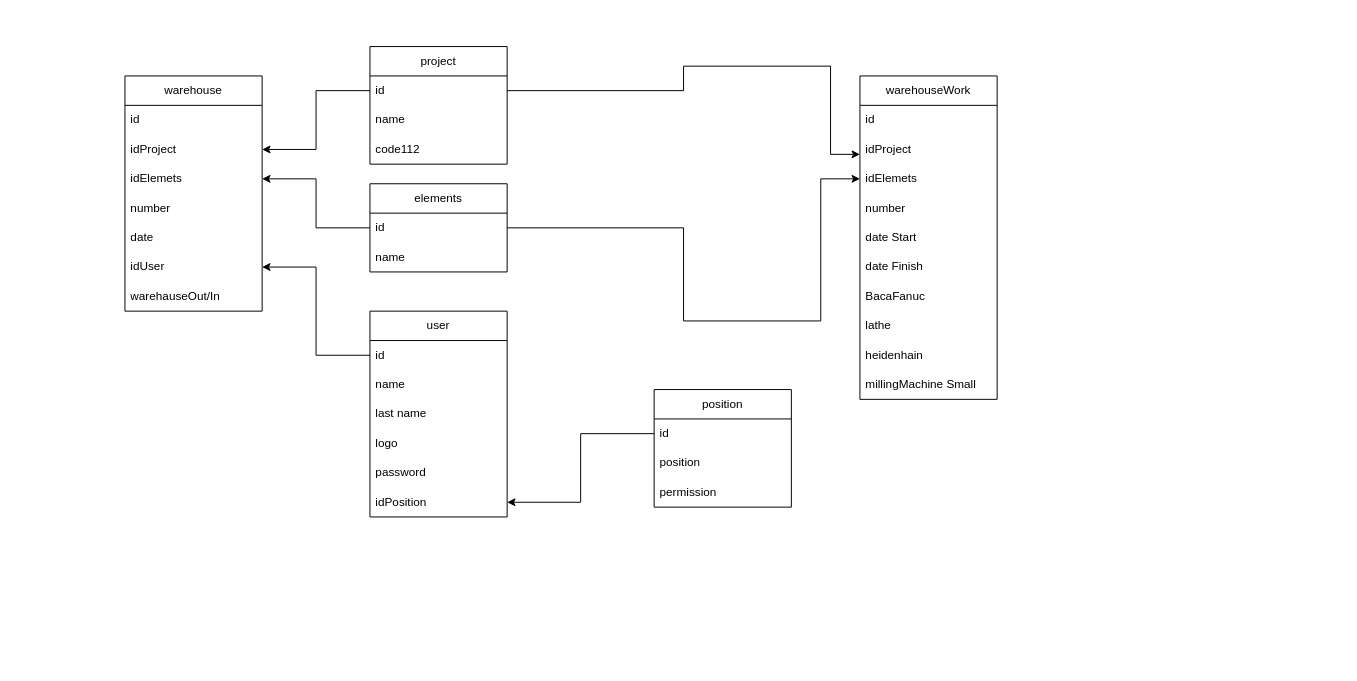
The draw.io diagram diagram.drawio in tsimar/warehouse, before the edit. Source tidied: cells renumbered, new cells numbered last; positions are measured from the earlier drawing's top-left corner, leaving out a move shared by most shapes. Both pictures are drawn from the tidied source at 98%, with x=0, y=0 at pixel (124, 46).
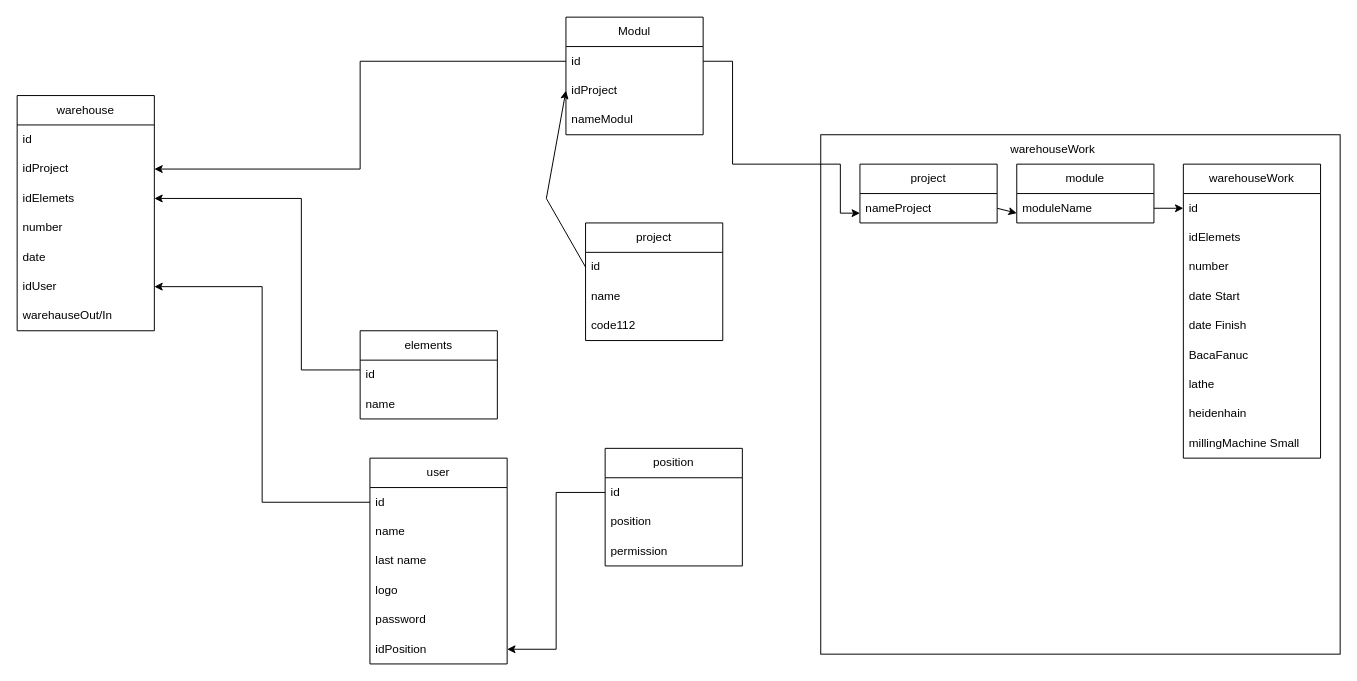
After the change.

Unchanged cells that the change refers to:
```xml
<mxCell id="10" value="id" style="text;strokeColor=none;fillColor=none;align=left;verticalAlign=middle;spacingLeft=4;spacingRight=4;overflow=hidden;points=[[0,0.5],[1,0.5]];portConstraint=eastwest;whiteSpace=wrap;html=1;" parent="9" vertex="1">
  <mxGeometry y="30" width="140" height="30" as="geometry" />
</mxCell>
<mxCell id="17" value="id" style="text;strokeColor=none;fillColor=none;align=left;verticalAlign=middle;spacingLeft=4;spacingRight=4;overflow=hidden;points=[[0,0.5],[1,0.5]];portConstraint=eastwest;whiteSpace=wrap;html=1;" parent="16" vertex="1">
  <mxGeometry y="30" width="140" height="30" as="geometry" />
</mxCell>
<mxCell id="22" value="idProject" style="text;strokeColor=none;fillColor=none;align=left;verticalAlign=middle;spacingLeft=4;spacingRight=4;overflow=hidden;points=[[0,0.5],[1,0.5]];portConstraint=eastwest;whiteSpace=wrap;html=1;" parent="20" vertex="1">
  <mxGeometry y="60" width="140" height="30" as="geometry" />
</mxCell>
<mxCell id="23" value="idElemets" style="text;strokeColor=none;fillColor=none;align=left;verticalAlign=middle;spacingLeft=4;spacingRight=4;overflow=hidden;points=[[0,0.5],[1,0.5]];portConstraint=eastwest;whiteSpace=wrap;html=1;" parent="20" vertex="1">
  <mxGeometry y="90" width="140" height="30" as="geometry" />
</mxCell>
```

What changed in the source:
```diff
@@
+    <mxCell id="45" style="whiteSpace=wrap;html=1;" parent="1" vertex="1">
+      <mxGeometry x="710" y="90" width="530" height="530" as="geometry" />
+    </mxCell>
     <mxCell id="2" value="user" style="swimlane;fontStyle=0;horizontal=1;startSize=30;whiteSpace=wrap;html=1;" parent="1" vertex="1">
-      <mxGeometry x="250" y="270" width="140" height="210" as="geometry" />
+      <mxGeometry x="250" y="420" width="140" height="210" as="geometry" />
     </mxCell>
@@
     <mxCell id="9" value="elements" style="swimlane;fontStyle=0;horizontal=1;startSize=30;whiteSpace=wrap;html=1;" parent="1" vertex="1">
-      <mxGeometry x="250" y="140" width="140" height="90" as="geometry" />
+      <mxGeometry x="240" y="290" width="140" height="90" as="geometry" />
     </mxCell>
@@
     <mxCell id="12" value="position" style="swimlane;fontStyle=0;horizontal=1;startSize=30;whiteSpace=wrap;html=1;" parent="1" vertex="1">
-      <mxGeometry x="540" y="350" width="140" height="120" as="geometry" />
+      <mxGeometry x="490" y="410" width="140" height="120" as="geometry" />
     </mxCell>
@@
     <mxCell id="16" value="project" style="swimlane;fontStyle=0;horizontal=1;startSize=30;whiteSpace=wrap;html=1;" parent="1" vertex="1">
-      <mxGeometry x="250" width="140" height="120" as="geometry" />
+      <mxGeometry x="470" y="180" width="140" height="120" as="geometry" />
     </mxCell>
@@
     <mxCell id="20" value="warehouse" style="swimlane;fontStyle=0;horizontal=1;startSize=30;whiteSpace=wrap;html=1;" parent="1" vertex="1">
-      <mxGeometry y="30" width="140" height="240" as="geometry" />
+      <mxGeometry x="-110" y="50" width="140" height="240" as="geometry" />
     </mxCell>
@@
     <mxCell id="28" style="edgeStyle=orthogonalEdgeStyle;rounded=0;jettySize=auto;html=1;" parent="1" edge="1" source="10" target="23">
-      <mxGeometry relative="1" as="geometry" />
+      <mxGeometry relative="1" as="geometry">
+        <Array as="points">
+          <mxPoint x="180" y="330" />
+          <mxPoint x="180" y="155" />
+        </Array>
+      </mxGeometry>
     </mxCell>
@@
-    <mxCell id="30" style="edgeStyle=orthogonalEdgeStyle;rounded=0;jettySize=auto;html=1;" parent="1" edge="1" source="17" target="22">
+    <mxCell id="30" style="edgeStyle=orthogonalEdgeStyle;rounded=0;jettySize=auto;html=1;exitX=0;exitY=0.5;exitDx=0;exitDy=0;" parent="1" edge="1" source="48" target="22">
       <mxGeometry relative="1" as="geometry" />
     </mxCell>
@@
-    <mxCell id="32" value="warehouseWork" style="swimlane;fontStyle=0;horizontal=1;startSize=30;whiteSpace=wrap;html=1;" parent="1" vertex="1">
-      <mxGeometry x="750" y="30" width="140" height="330" as="geometry" />
+    <mxCell id="32" value="project" style="swimlane;fontStyle=0;horizontal=1;startSize=30;whiteSpace=wrap;html=1;" parent="1" vertex="1">
+      <mxGeometry x="750" y="120" width="140" height="60" as="geometry" />
     </mxCell>
-    <mxCell id="33" value="id" style="text;strokeColor=none;fillColor=none;align=left;verticalAlign=middle;spacingLeft=4;spacingRight=4;overflow=hidden;whiteSpace=wrap;html=1;" parent="32" vertex="1">
-      <mxGeometry y="30" width="140" height="30" as="geometry" />
-    </mxCell>
+    <mxCell id="46" value="nameProject" style="text;strokeColor=none;fillColor=none;align=left;verticalAlign=middle;spacingLeft=4;spacingRight=4;overflow=hidden;points=[[0,0.5],[1,0.5]];portConstraint=eastwest;whiteSpace=wrap;html=1;" parent="32" vertex="1">
+      <mxGeometry y="30" width="140" height="30" as="geometry" />
+    </mxCell>
+    <mxCell id="43" style="edgeStyle=orthogonalEdgeStyle;rounded=0;jettySize=auto;html=1;exitX=1;exitY=0.5;exitDx=0;exitDy=0;" parent="1" edge="1" source="48" target="46">
+      <mxGeometry relative="1" as="geometry">
+        <Array as="points">
+          <mxPoint x="620" y="15" />
+          <mxPoint x="620" y="120" />
+          <mxPoint x="730" y="120" />
+          <mxPoint x="730" y="170" />
+        </Array>
+      </mxGeometry>
+    </mxCell>
+    <mxCell id="47" value="Modul" style="swimlane;fontStyle=0;horizontal=1;startSize=30;whiteSpace=wrap;html=1;" parent="1" vertex="1">
+      <mxGeometry x="450" y="-30" width="140" height="120" as="geometry" />
+    </mxCell>
+    <mxCell id="48" value="id" style="text;strokeColor=none;fillColor=none;align=left;verticalAlign=middle;spacingLeft=4;spacingRight=4;overflow=hidden;points=[[0,0.5],[1,0.5]];portConstraint=eastwest;whiteSpace=wrap;html=1;" parent="47" vertex="1">
+      <mxGeometry y="30" width="140" height="30" as="geometry" />
+    </mxCell>
-    <mxCell id="34" value="idProject" style="text;strokeColor=none;fillColor=none;align=left;verticalAlign=middle;spacingLeft=4;spacingRight=4;overflow=hidden;points=[[0,0.5],[1,0.5]];portConstraint=eastwest;whiteSpace=wrap;html=1;" parent="32" vertex="1">
+    <mxCell id="34" value="idProject" style="text;strokeColor=none;fillColor=none;align=left;verticalAlign=middle;spacingLeft=4;spacingRight=4;overflow=hidden;points=[[0,0.5],[1,0.5]];portConstraint=eastwest;whiteSpace=wrap;html=1;" parent="47" vertex="1">
       <mxGeometry y="60" width="140" height="30" as="geometry" />
     </mxCell>
+    <mxCell id="49" value="nameModul" style="text;strokeColor=none;fillColor=none;align=left;verticalAlign=middle;spacingLeft=4;spacingRight=4;overflow=hidden;whiteSpace=wrap;html=1;" parent="47" vertex="1">
+      <mxGeometry y="90" width="140" height="30" as="geometry" />
+    </mxCell>
+    <mxCell id="50" style="endArrow=classic;html=1;rounded=0;entryX=0;entryY=0.5;entryDx=0;entryDy=0;exitX=0;exitY=0.5;exitDx=0;exitDy=0;" parent="1" edge="1" source="17" target="34">
+      <mxGeometry relative="1" as="geometry">
+        <Array as="points">
+          <mxPoint x="430" y="155" />
+        </Array>
+      </mxGeometry>
+    </mxCell>
+    <mxCell id="51" value="warehouseWork" style="text;html=1;strokeColor=none;fillColor=none;align=center;verticalAlign=middle;whiteSpace=wrap;rounded=0;" parent="1" vertex="1">
+      <mxGeometry x="917" y="90" width="60" height="30" as="geometry" />
+    </mxCell>
+    <mxCell id="52" value="module" style="swimlane;fontStyle=0;horizontal=1;startSize=30;whiteSpace=wrap;html=1;" parent="1" vertex="1">
+      <mxGeometry x="910" y="120" width="140" height="60" as="geometry" />
+    </mxCell>
+    <mxCell id="53" value="moduleName" style="text;strokeColor=none;fillColor=none;align=left;verticalAlign=middle;spacingLeft=4;spacingRight=4;overflow=hidden;points=[[0,0.5],[1,0.5]];portConstraint=eastwest;whiteSpace=wrap;html=1;" parent="52" vertex="1">
+      <mxGeometry y="30" width="140" height="30" as="geometry" />
+    </mxCell>
+    <mxCell id="54" value="warehouseWork" style="swimlane;fontStyle=0;horizontal=1;startSize=30;whiteSpace=wrap;html=1;" parent="1" vertex="1">
+      <mxGeometry x="1080" y="120" width="140" height="300" as="geometry" />
+    </mxCell>
+    <mxCell id="55" value="id" style="text;strokeColor=none;fillColor=none;align=left;verticalAlign=middle;spacingLeft=4;spacingRight=4;overflow=hidden;points=[[0,0.5],[1,0.5]];portConstraint=eastwest;whiteSpace=wrap;html=1;" parent="54" vertex="1">
+      <mxGeometry y="30" width="140" height="30" as="geometry" />
+    </mxCell>
-    <mxCell id="35" value="idElemets" style="text;strokeColor=none;fillColor=none;align=left;verticalAlign=middle;spacingLeft=4;spacingRight=4;overflow=hidden;points=[[0,0.5],[1,0.5]];portConstraint=eastwest;whiteSpace=wrap;html=1;" parent="32" vertex="1">
-      <mxGeometry y="90" width="140" height="30" as="geometry" />
+    <mxCell id="35" value="idElemets" style="text;strokeColor=none;fillColor=none;align=left;verticalAlign=middle;spacingLeft=4;spacingRight=4;overflow=hidden;points=[[0,0.5],[1,0.5]];portConstraint=eastwest;whiteSpace=wrap;html=1;" parent="54" vertex="1">
+      <mxGeometry y="60" width="140" height="30" as="geometry" />
     </mxCell>
-    <mxCell id="36" value="number" style="text;strokeColor=none;fillColor=none;align=left;verticalAlign=middle;spacingLeft=4;spacingRight=4;overflow=hidden;whiteSpace=wrap;html=1;" parent="32" vertex="1">
-      <mxGeometry y="120" width="140" height="30" as="geometry" />
+    <mxCell id="36" value="number" style="text;strokeColor=none;fillColor=none;align=left;verticalAlign=middle;spacingLeft=4;spacingRight=4;overflow=hidden;whiteSpace=wrap;html=1;" parent="54" vertex="1">
+      <mxGeometry y="90" width="140" height="30" as="geometry" />
     </mxCell>
-    <mxCell id="37" value="date Start" style="text;strokeColor=none;fillColor=none;align=left;verticalAlign=middle;spacingLeft=4;spacingRight=4;overflow=hidden;whiteSpace=wrap;html=1;" parent="32" vertex="1">
-      <mxGeometry y="150" width="140" height="30" as="geometry" />
+    <mxCell id="37" value="date Start" style="text;strokeColor=none;fillColor=none;align=left;verticalAlign=middle;spacingLeft=4;spacingRight=4;overflow=hidden;whiteSpace=wrap;html=1;" parent="54" vertex="1">
+      <mxGeometry y="120" width="140" height="30" as="geometry" />
     </mxCell>
-    <mxCell id="38" value="date Finish" style="text;strokeColor=none;fillColor=none;align=left;verticalAlign=middle;spacingLeft=4;spacingRight=4;overflow=hidden;whiteSpace=wrap;html=1;" parent="32" vertex="1">
-      <mxGeometry y="180" width="140" height="30" as="geometry" />
+    <mxCell id="38" value="date Finish" style="text;strokeColor=none;fillColor=none;align=left;verticalAlign=middle;spacingLeft=4;spacingRight=4;overflow=hidden;whiteSpace=wrap;html=1;" parent="54" vertex="1">
+      <mxGeometry y="150" width="140" height="30" as="geometry" />
     </mxCell>
-    <mxCell id="39" value="BacaFanuc" style="text;strokeColor=none;fillColor=none;align=left;verticalAlign=middle;spacingLeft=4;spacingRight=4;overflow=hidden;whiteSpace=wrap;html=1;" parent="32" vertex="1">
-      <mxGeometry y="210" width="140" height="30" as="geometry" />
+    <mxCell id="39" value="BacaFanuc" style="text;strokeColor=none;fillColor=none;align=left;verticalAlign=middle;spacingLeft=4;spacingRight=4;overflow=hidden;whiteSpace=wrap;html=1;" parent="54" vertex="1">
+      <mxGeometry y="180" width="140" height="30" as="geometry" />
     </mxCell>
-    <mxCell id="40" value="lathe" style="text;strokeColor=none;fillColor=none;align=left;verticalAlign=middle;spacingLeft=4;spacingRight=4;overflow=hidden;whiteSpace=wrap;html=1;" parent="32" vertex="1">
-      <mxGeometry y="240" width="140" height="30" as="geometry" />
+    <mxCell id="40" value="lathe" style="text;strokeColor=none;fillColor=none;align=left;verticalAlign=middle;spacingLeft=4;spacingRight=4;overflow=hidden;whiteSpace=wrap;html=1;" parent="54" vertex="1">
+      <mxGeometry y="210" width="140" height="30" as="geometry" />
     </mxCell>
-    <mxCell id="41" value="heidenhain" style="text;strokeColor=none;fillColor=none;align=left;verticalAlign=middle;spacingLeft=4;spacingRight=4;overflow=hidden;whiteSpace=wrap;html=1;" parent="32" vertex="1">
-      <mxGeometry y="270" width="140" height="30" as="geometry" />
+    <mxCell id="41" value="heidenhain" style="text;strokeColor=none;fillColor=none;align=left;verticalAlign=middle;spacingLeft=4;spacingRight=4;overflow=hidden;whiteSpace=wrap;html=1;" parent="54" vertex="1">
+      <mxGeometry y="240" width="140" height="30" as="geometry" />
     </mxCell>
-    <mxCell id="42" value="millingMachine Small" style="text;strokeColor=none;fillColor=none;align=left;verticalAlign=middle;spacingLeft=4;spacingRight=4;overflow=hidden;whiteSpace=wrap;html=1;" parent="32" vertex="1">
-      <mxGeometry y="300" width="140" height="30" as="geometry" />
+    <mxCell id="42" value="millingMachine Small" style="text;strokeColor=none;fillColor=none;align=left;verticalAlign=middle;spacingLeft=4;spacingRight=4;overflow=hidden;whiteSpace=wrap;html=1;" parent="54" vertex="1">
+      <mxGeometry y="270" width="140" height="30" as="geometry" />
     </mxCell>
-    <mxCell id="43" style="edgeStyle=orthogonalEdgeStyle;rounded=0;jettySize=auto;html=1;" parent="1" edge="1" source="17" target="34">
-      <mxGeometry relative="1" as="geometry">
-        <Array as="points">
-          <mxPoint x="570" y="45" />
-          <mxPoint x="570" y="20" />
-          <mxPoint x="720" y="20" />
-          <mxPoint x="720" y="110" />
-        </Array>
-      </mxGeometry>
-    </mxCell>
-    <mxCell id="44" style="edgeStyle=orthogonalEdgeStyle;rounded=0;jettySize=auto;html=1;" parent="1" edge="1" source="10" target="35">
-      <mxGeometry relative="1" as="geometry">
-        <Array as="points">
-          <mxPoint x="570" y="185" />
-          <mxPoint x="570" y="280" />
-          <mxPoint x="710" y="280" />
-          <mxPoint x="710" y="135" />
-        </Array>
-      </mxGeometry>
-    </mxCell>
+    <mxCell id="56" style="endArrow=classic;html=1;rounded=0;exitX=1;exitY=0.5;exitDx=0;exitDy=0;" parent="1" edge="1" source="46">
+      <mxGeometry relative="1" as="geometry">
+        <mxPoint x="910" y="170" as="targetPoint" />
+        <Array as="points">
+          <mxPoint x="910" y="170" />
+        </Array>
+      </mxGeometry>
+    </mxCell>
+    <mxCell id="57" style="endArrow=classic;html=1;rounded=0;entryX=0;entryY=0.5;entryDx=0;entryDy=0;exitX=1;exitY=0.5;exitDx=0;exitDy=0;" parent="1" edge="1" source="53" target="55">
+      <mxGeometry relative="1" as="geometry" />
+    </mxCell>
```
